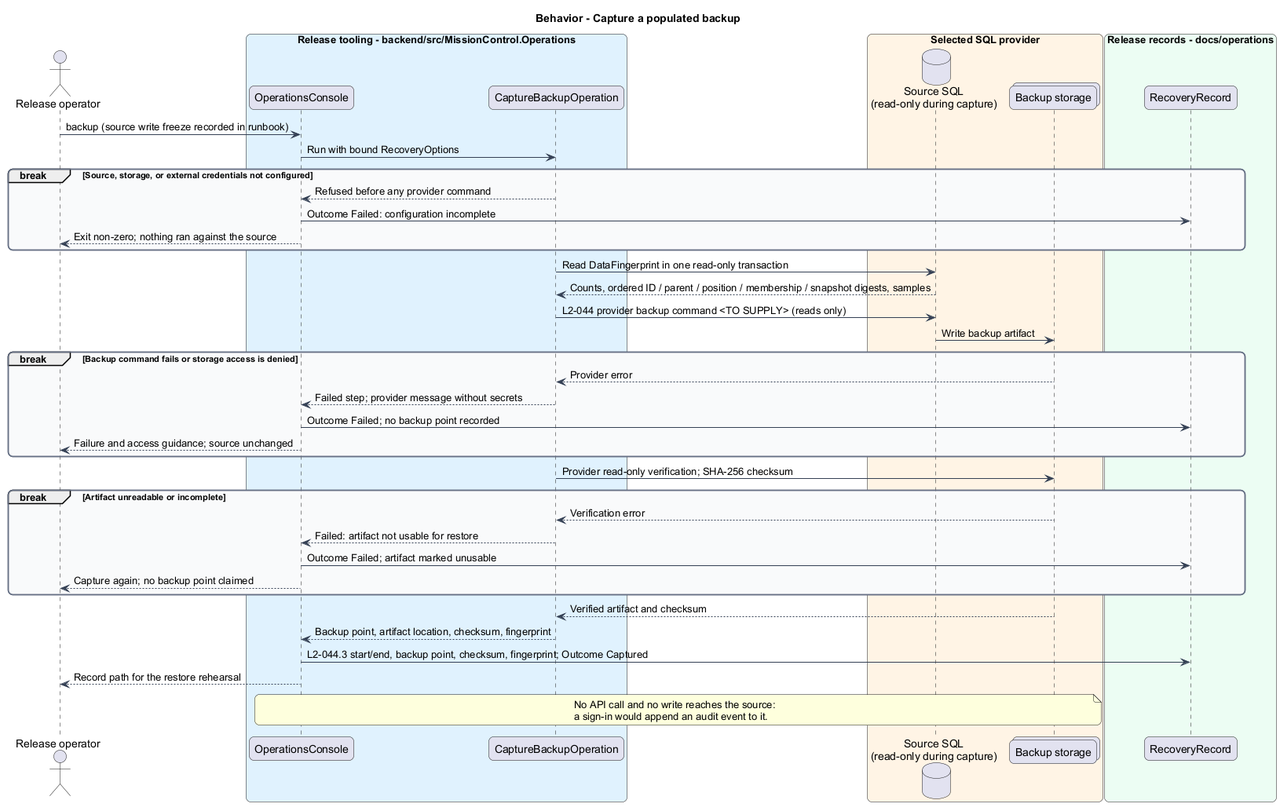
Before: docs/detailed-designs/operations/restore-data/diagrams/sequence-backup.png, a diagram exported from PlantUML (QuinntyneBrown/mission-control).
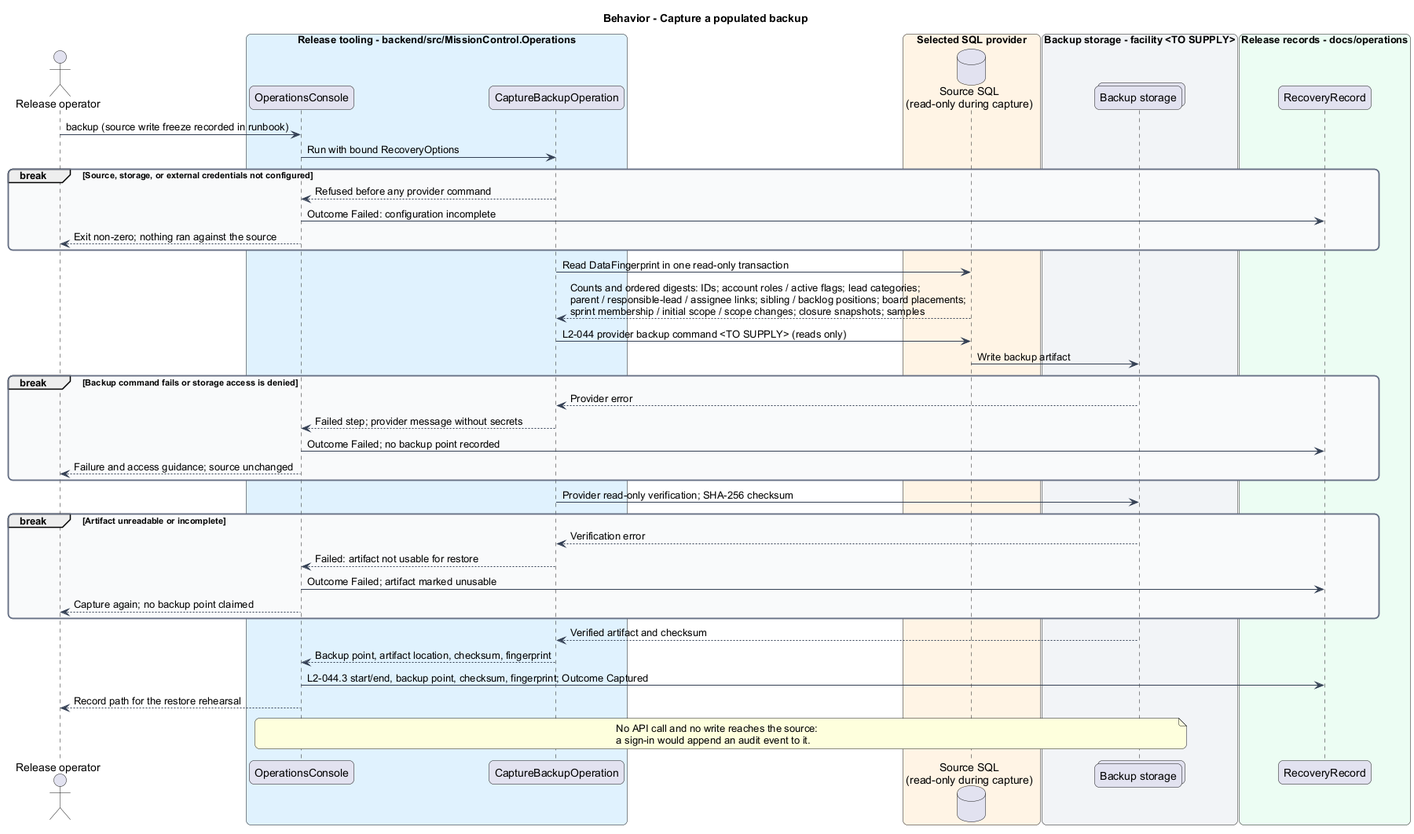
Later version of the same file.

The edit, as a diff of the source:
```diff
@@ -21,6 +21,8 @@
 end box
 box "Selected SQL provider" #FFF4E5
   database "Source SQL\n(read-only during capture)" as source
+end box
+box "Backup storage - facility <TO SUPPLY>" #F2F4F7
   collections "Backup storage" as storage
 end box
 box "Release records - docs/operations" #ECFDF3
@@ -34,7 +36,7 @@
   console --> actor : Exit non-zero; nothing ran against the source
 end
 capture -> source : Read DataFingerprint in one read-only transaction
-source --> capture : Counts, ordered ID / parent / position / membership / snapshot digests, samples
+source --> capture : Counts and ordered digests: IDs; account roles / active flags; lead categories;\nparent / responsible-lead / assignee links; sibling / backlog positions; board placements;\nsprint membership / initial scope / scope changes; closure snapshots; samples
 capture -> source : L2-044 provider backup command <TO SUPPLY> (reads only)
 source -> storage : Write backup artifact
 break Backup command fails or storage access is denied
```
